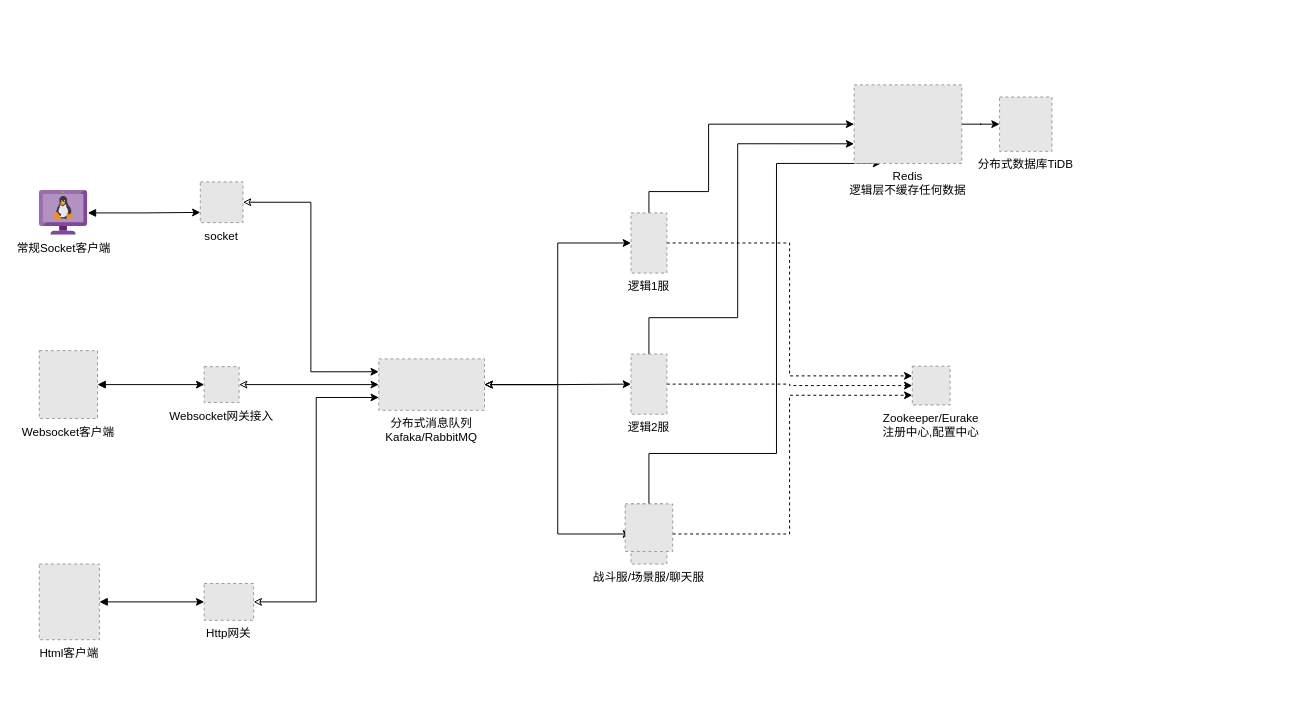
yourwafer/root keeps this draw.io diagram as Untitled Diagram.drawio. Above is the earlier version. Source tidied: cells renumbered, new cells numbered last; positions are measured from the earlier drawing's top-left corner, leaving out a move shared by most shapes. Both pictures are drawn from the tidied source at 97%, with x=0, y=0 at pixel (39, 84). Pictures stored in the file or linked from it are replaced by grey dashed boxes.
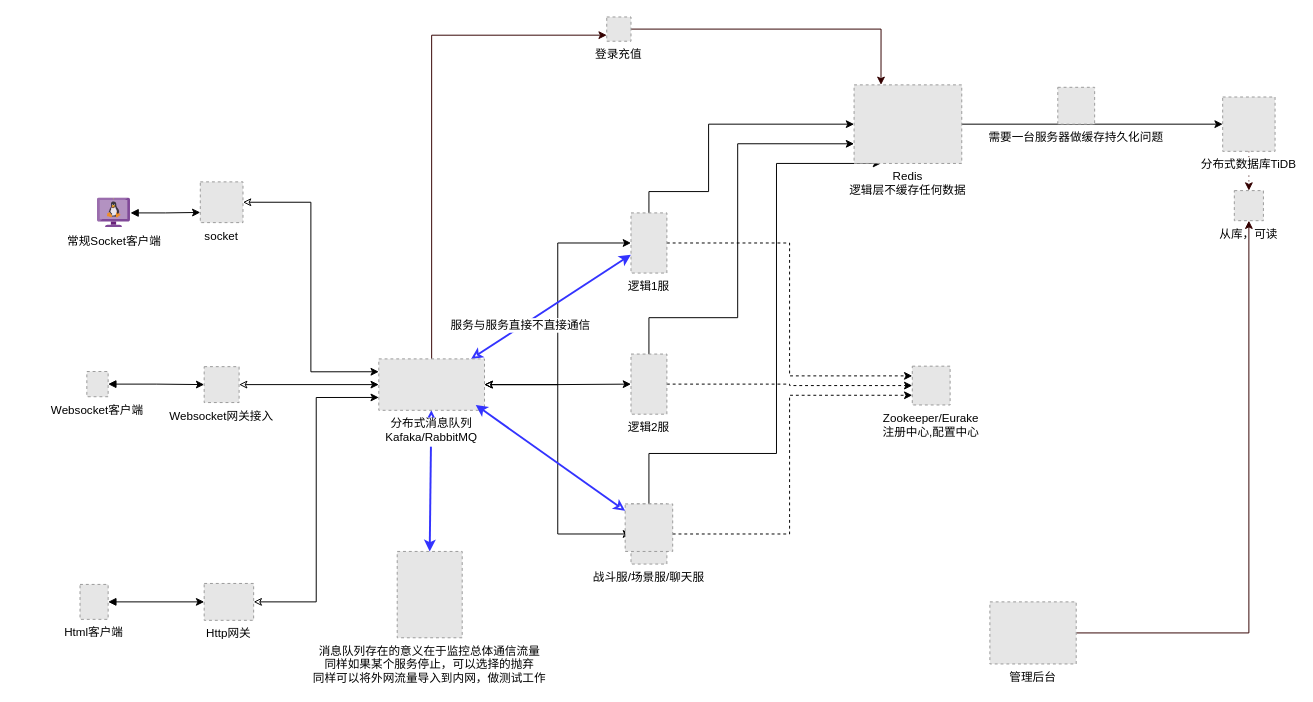
Above is the later version.

Unchanged cells that the change refers to:
```xml
<mxCell id="17" value="分布式消息队列&#10;Kafaka/RabbitMQ" style="fillColor=#E6E6E6;strokeColor=#999999;dashed=1;verticalLabelPosition=bottom;labelBackgroundColor=#ffffff;verticalAlign=top;" parent="1" vertex="1">
  <mxGeometry x="350" y="282.5" width="109" height="53" as="geometry" />
</mxCell>
<mxCell id="20" value="逻辑1服" style="fillColor=#E6E6E6;strokeColor=#999999;dashed=1;verticalLabelPosition=bottom;labelBackgroundColor=#ffffff;verticalAlign=top;" parent="1" vertex="1">
  <mxGeometry x="610" y="132" width="37" height="62" as="geometry" />
</mxCell>
<mxCell id="28" value="Redis&#10;逻辑层不缓存任何数据" style="fillColor=#E6E6E6;strokeColor=#999999;dashed=1;verticalLabelPosition=bottom;labelBackgroundColor=#ffffff;verticalAlign=top;" parent="1" vertex="1">
  <mxGeometry x="840" width="111" height="81" as="geometry" />
</mxCell>
<mxCell id="32" style="fillColor=#E6E6E6;strokeColor=#999999;dashed=1;verticalLabelPosition=bottom;labelBackgroundColor=#ffffff;verticalAlign=top;" parent="30" vertex="1">
  <mxGeometry width="49" height="49" as="geometry" />
</mxCell>
```

The edit, as a diff of the source:
```diff
@@
     <mxCell id="3" value="Websocket客户端" style="fillColor=#E6E6E6;strokeColor=#999999;dashed=1;verticalLabelPosition=bottom;labelBackgroundColor=#ffffff;verticalAlign=top;" parent="1" vertex="1">
-      <mxGeometry y="274" width="60" height="70" as="geometry" />
+      <mxGeometry x="49" y="295.5" width="22" height="26" as="geometry" />
     </mxCell>
@@
     <mxCell id="7" value="Html客户端" style="fillColor=#E6E6E6;strokeColor=#999999;dashed=1;verticalLabelPosition=bottom;labelBackgroundColor=#ffffff;verticalAlign=top;" parent="1" vertex="1">
-      <mxGeometry y="494" width="62" height="78" as="geometry" />
+      <mxGeometry x="42" y="515" width="29" height="36" as="geometry" />
     </mxCell>
@@
     <mxCell id="13" value="常规Socket客户端" style="html=1;points=[];align=center;image;fontSize=12;image=img/lib/mscae/VM_Linux_Non_Azure.svg;" parent="1" vertex="1">
-      <mxGeometry y="109" width="50" height="46" as="geometry" />
+      <mxGeometry x="60" y="116.5" width="34" height="31" as="geometry" />
     </mxCell>
@@
+    <mxCell id="33" style="edgeStyle=none;rounded=0;jettySize=auto;html=1;startArrow=classic;startFill=0;strokeColor=#3333FF;strokeWidth=2;" parent="1" edge="1" source="17" target="20">
+      <mxGeometry relative="1" as="geometry" />
+    </mxCell>
+    <mxCell id="34" value="服务与服务直接不直接通信" style="text;html=1;align=center;verticalAlign=middle;labelBackgroundColor=#ffffff;" parent="33" vertex="1">
+      <mxGeometry x="-0.38" y="1" relative="1" as="geometry">
+        <mxPoint y="-1" as="offset" />
+      </mxGeometry>
+    </mxCell>
+    <mxCell id="35" style="edgeStyle=none;rounded=0;jettySize=auto;html=1;entryX=0.5;entryY=0;entryDx=0;entryDy=0;startArrow=classic;startFill=0;strokeColor=#3333FF;strokeWidth=2;" parent="1" edge="1" source="17" target="41">
+      <mxGeometry relative="1" as="geometry" />
+    </mxCell>
+    <mxCell id="36" style="edgeStyle=orthogonalEdgeStyle;rounded=0;jettySize=auto;html=1;entryX=0;entryY=0.75;entryDx=0;entryDy=0;startArrow=none;startFill=0;strokeColor=#330000;strokeWidth=1;" parent="1" edge="1" source="17" target="43">
+      <mxGeometry relative="1" as="geometry">
+        <Array as="points">
+          <mxPoint x="405" y="-51" />
+        </Array>
+      </mxGeometry>
+    </mxCell>
@@
+    <mxCell id="37" style="edgeStyle=orthogonalEdgeStyle;rounded=0;jettySize=auto;html=1;startArrow=none;startFill=0;strokeColor=#330000;strokeWidth=1;dashed=1;dashPattern=1 4;" parent="1" edge="1" source="29" target="38">
+      <mxGeometry relative="1" as="geometry" />
+    </mxCell>
     <mxCell id="29" value="分布式数据库TiDB" style="fillColor=#E6E6E6;strokeColor=#999999;dashed=1;verticalLabelPosition=bottom;labelBackgroundColor=#ffffff;verticalAlign=top;" parent="1" vertex="1">
-      <mxGeometry x="990" y="12.5" width="54" height="56" as="geometry" />
+      <mxGeometry x="1220" y="12.5" width="54" height="56" as="geometry" />
     </mxCell>
+    <mxCell id="38" value="从库，可读" style="fillColor=#E6E6E6;strokeColor=#999999;dashed=1;verticalLabelPosition=bottom;labelBackgroundColor=#ffffff;verticalAlign=top;" parent="1" vertex="1">
+      <mxGeometry x="1232" y="109" width="30" height="31" as="geometry" />
+    </mxCell>
@@
+    <mxCell id="39" value="需要一台服务器做缓存持久化问题" style="fillColor=#E6E6E6;strokeColor=#999999;dashed=1;verticalLabelPosition=bottom;labelBackgroundColor=#ffffff;verticalAlign=top;" parent="1" vertex="1">
+      <mxGeometry x="1050" y="2.5" width="38" height="38" as="geometry" />
+    </mxCell>
+    <mxCell id="40" style="edgeStyle=none;rounded=0;jettySize=auto;html=1;entryX=0.917;entryY=0.896;entryDx=0;entryDy=0;entryPerimeter=0;startArrow=classic;startFill=0;strokeWidth=2;strokeColor=#3333FF;" parent="1" edge="1" source="32" target="17">
+      <mxGeometry relative="1" as="geometry" />
+    </mxCell>
+    <mxCell id="41" value="消息队列存在的意义在于监控总体通信流量&#10;同样如果某个服务停止，可以选择的抛弃&#10;同样可以将外网流量导入到内网，做测试工作" style="fillColor=#E6E6E6;strokeColor=#999999;dashed=1;verticalLabelPosition=bottom;labelBackgroundColor=#ffffff;verticalAlign=top;" parent="1" vertex="1">
+      <mxGeometry x="369" y="481" width="67" height="89" as="geometry" />
+    </mxCell>
+    <mxCell id="42" style="edgeStyle=orthogonalEdgeStyle;rounded=0;jettySize=auto;html=1;entryX=0.25;entryY=0;entryDx=0;entryDy=0;startArrow=none;startFill=0;strokeColor=#330000;strokeWidth=1;" parent="1" edge="1" source="43" target="28">
+      <mxGeometry relative="1" as="geometry" />
+    </mxCell>
+    <mxCell id="43" value="登录充值" style="fillColor=#E6E6E6;strokeColor=#999999;dashed=1;verticalLabelPosition=bottom;labelBackgroundColor=#ffffff;verticalAlign=top;" parent="1" vertex="1">
+      <mxGeometry x="585" y="-70" width="25" height="25" as="geometry" />
+    </mxCell>
+    <mxCell id="44" style="edgeStyle=orthogonalEdgeStyle;rounded=0;jettySize=auto;html=1;startArrow=none;startFill=0;strokeColor=#330000;strokeWidth=1;" parent="1" edge="1" source="45" target="38">
+      <mxGeometry relative="1" as="geometry" />
+    </mxCell>
+    <mxCell id="45" value="管理后台" style="fillColor=#E6E6E6;strokeColor=#999999;dashed=1;verticalLabelPosition=bottom;labelBackgroundColor=#ffffff;verticalAlign=top;" parent="1" vertex="1">
+      <mxGeometry x="980" y="533" width="89" height="64" as="geometry" />
+    </mxCell>
```
